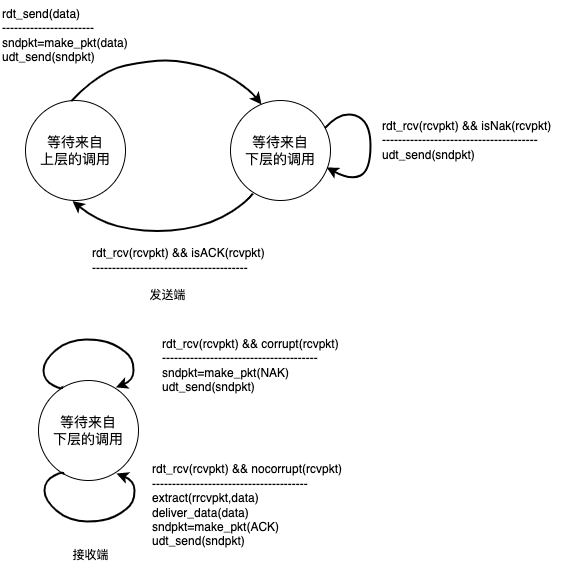
zhaole0606/pic keeps this draw.io diagram as net_t_d/未命名绘图.drawio.png. Above is the earlier version. Source tidied: cells renumbered, new cells last; positions are measured from the earlier drawing's top-left corner, leaving out a move shared by most shapes.
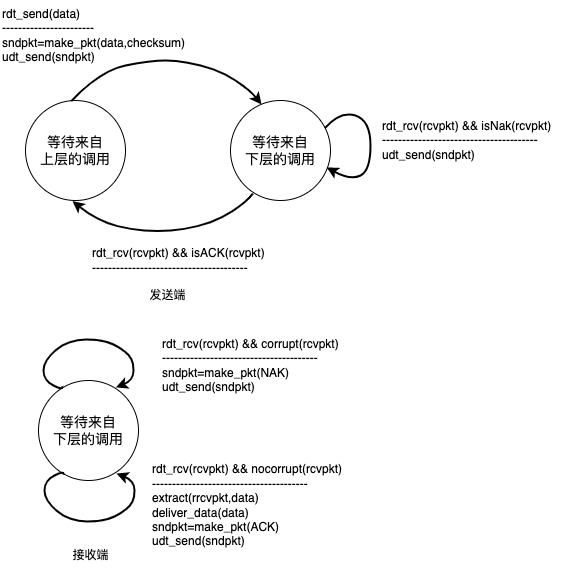
After the commit.

Commit message:
更新未命名绘图.drawio.png

The edit, as a diff of the source:
```diff
@@ -16,8 +16,8 @@
         </Array>
       </mxGeometry>
     </mxCell>
-    <mxCell id="4" value="&lt;font style=&quot;font-size: 12px;&quot;&gt;rdt_send(data)&lt;br&gt;-----------------------&lt;br&gt;sndpkt=make_pkt(data)&lt;br&gt;udt_send(sndpkt)&lt;/font&gt;" style="text;html=1;align=left;verticalAlign=middle;strokeColor=none;fillColor=none;" parent="1" vertex="1">
-      <mxGeometry width="150" height="70" as="geometry" />
+    <mxCell id="4" value="&lt;font style=&quot;font-size: 12px;&quot;&gt;rdt_send(data)&lt;br&gt;-----------------------&lt;br&gt;sndpkt=make_pkt(data,checksum)&lt;br&gt;udt_send(sndpkt)&lt;/font&gt;" style="text;html=1;align=left;verticalAlign=middle;strokeColor=none;fillColor=none;" parent="1" vertex="1">
+      <mxGeometry width="210" height="70" as="geometry" />
     </mxCell>
     <mxCell id="5" value="rdt_rcv(rcvpkt) &amp;amp;&amp;amp; isNak(rcvpkt)&lt;br&gt;---------------------------------------&lt;br&gt;udt_send(sndpkt)" style="text;html=1;align=left;verticalAlign=middle;strokeColor=none;fillColor=none;" parent="1" vertex="1">
       <mxGeometry x="380" y="110" width="190" height="60" as="geometry" />
```
